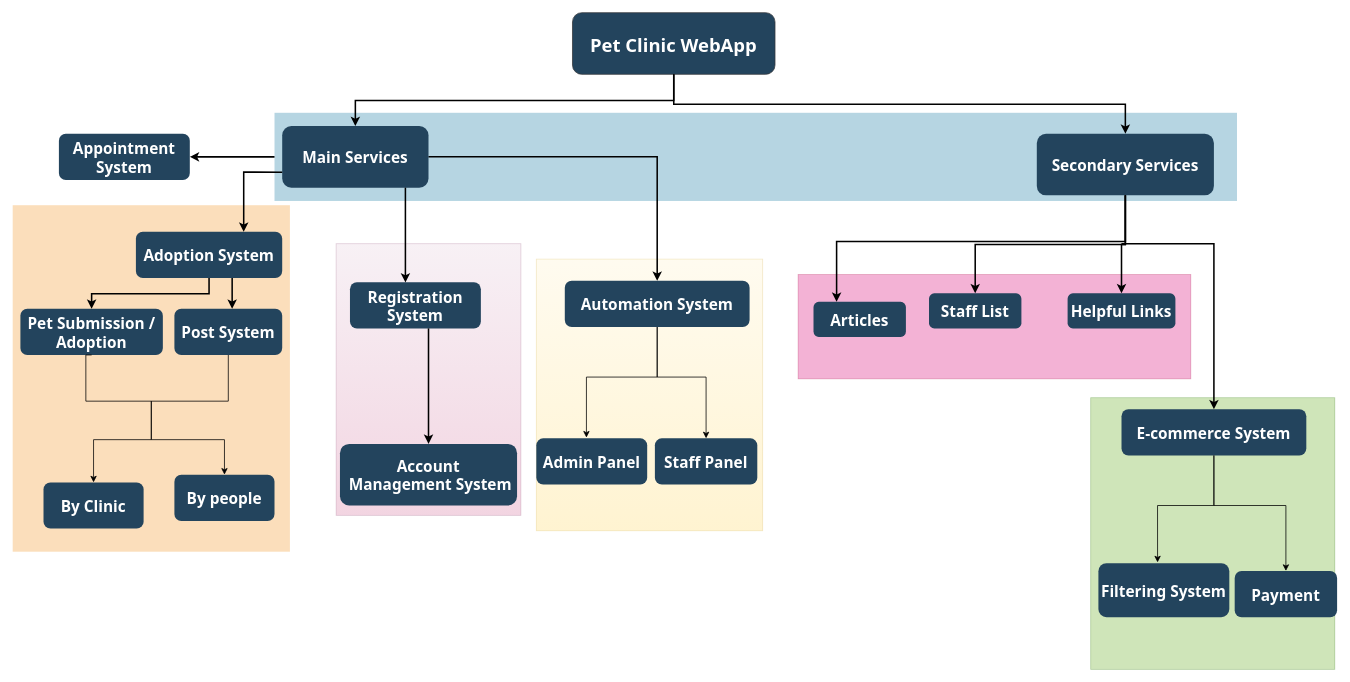
Above: Diagrams/site map.drawio in ramroming/Pet-clinic (draw.io), before the change. Source tidied: cells renumbered, new cells numbered last; positions are measured from the earlier drawing's top-left corner, leaving out a move shared by most shapes. Both pictures are drawn from the tidied source at 77%, with x=0, y=0 at pixel (12, 12).
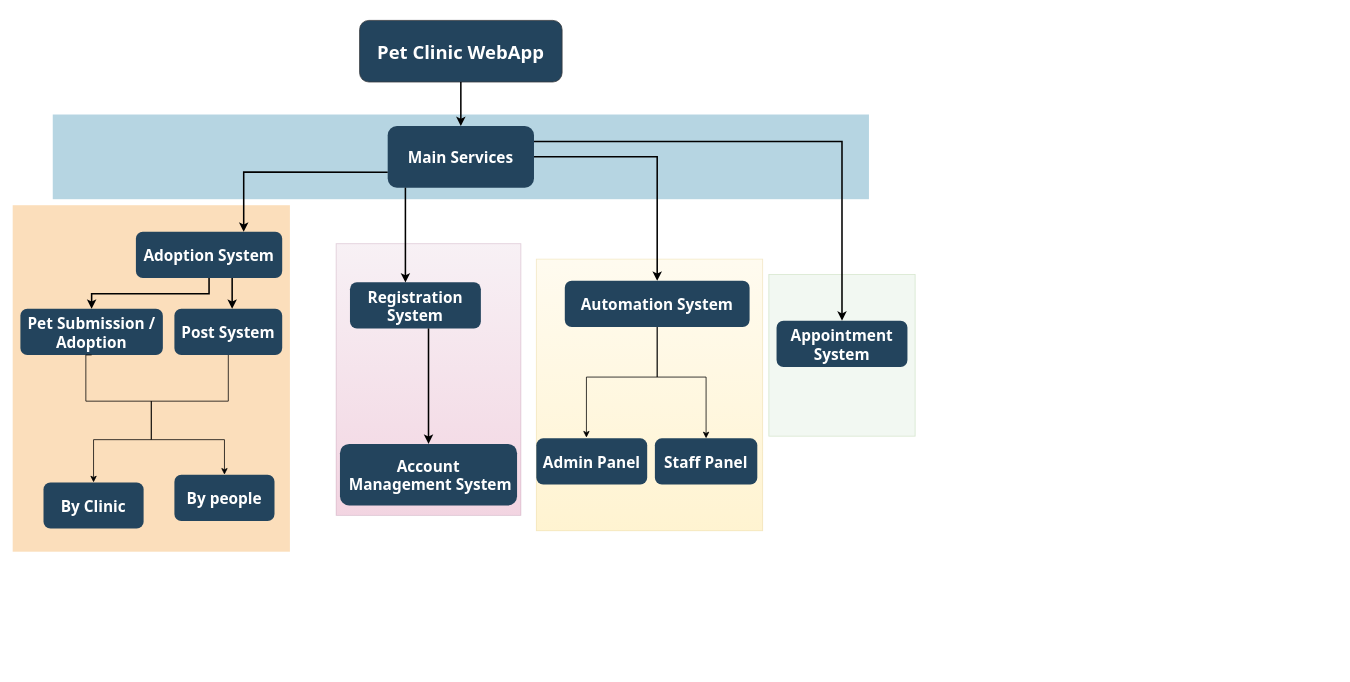
After the change.

Unchanged cells that the change refers to:
```xml
<mxCell id="9" value="Adoption System" style="rounded=1;fillColor=#23445D;gradientColor=none;strokeColor=none;fontColor=#FFFFFF;fontStyle=1;fontFamily=Tahoma;fontSize=20;" parent="1" vertex="1">
  <mxGeometry x="160" y="284.5" width="190" height="60" as="geometry" />
</mxCell>
<mxCell id="10" value="Pet Submission /&#10;Adoption" style="rounded=1;fillColor=#23445D;gradientColor=none;strokeColor=none;fontColor=#FFFFFF;fontStyle=1;fontFamily=Tahoma;fontSize=20;" parent="1" vertex="1">
  <mxGeometry x="10" y="384.5" width="185" height="60" as="geometry" />
</mxCell>
<mxCell id="21" value="Post System" style="rounded=1;fillColor=#23445D;gradientColor=none;strokeColor=none;fontColor=#FFFFFF;fontStyle=1;fontFamily=Tahoma;fontSize=20;" parent="1" vertex="1">
  <mxGeometry x="210" y="384.5" width="140" height="60" as="geometry" />
</mxCell>
<mxCell id="28" value="Registration&#10;System" style="rounded=1;fillColor=#23445D;gradientColor=none;strokeColor=none;fontColor=#FFFFFF;fontStyle=1;fontFamily=Tahoma;fontSize=20;" parent="1" vertex="1">
  <mxGeometry x="438" y="350" width="170" height="60" as="geometry" />
</mxCell>
<mxCell id="32" value="Account&#10; Management System" style="rounded=1;fillColor=#23445D;gradientColor=none;strokeColor=none;fontColor=#FFFFFF;fontStyle=1;fontFamily=Tahoma;fontSize=20;" parent="1" vertex="1">
  <mxGeometry x="425" y="560" width="230" height="80" as="geometry" />
</mxCell>
<mxCell id="35" value="Automation System" style="rounded=1;fillColor=#23445D;gradientColor=none;strokeColor=none;fontColor=#FFFFFF;fontStyle=1;fontFamily=Tahoma;fontSize=20;" parent="1" vertex="1">
  <mxGeometry x="717" y="348.2" width="240" height="60" as="geometry" />
</mxCell>
```

Diff of the diagram source:
```diff
@@
+    <mxCell id="48" style="opacity=30;fillColor=#d5e8d4;strokeColor=#82b366;" parent="1" vertex="1">
+      <mxGeometry x="982" y="340" width="190" height="210" as="geometry" />
+    </mxCell>
@@
     <mxCell id="3" style="fillColor=#10739E;strokeColor=none;opacity=30;" parent="1" vertex="1">
-      <mxGeometry x="340" y="130" width="1250" height="114.5" as="geometry" />
+      <mxGeometry x="52" y="132.2" width="1060" height="110" as="geometry" />
     </mxCell>
@@
-    <mxCell id="5" style="fillColor=#d80073;strokeColor=#A50040;opacity=30;fontColor=#ffffff;" parent="1" vertex="1">
-      <mxGeometry x="1020" y="340" width="510" height="135.5" as="geometry" />
-    </mxCell>
     <mxCell id="6" value="Pet Clinic WebApp" style="rounded=1;fontStyle=1;fontFamily=Tahoma;fontSize=24;fillColor=#23445D;strokeColor=#36393d;fontColor=#FFFFFF;" parent="1" vertex="1">
-      <mxGeometry x="727" width="263" height="80" as="geometry" />
+      <mxGeometry x="450.5" y="10" width="263" height="80" as="geometry" />
     </mxCell>
-    <mxCell id="7" value="Secondary Services" style="rounded=1;fillColor=#23445D;gradientColor=none;strokeColor=none;fontColor=#FFFFFF;fontStyle=1;fontFamily=Tahoma;fontSize=20;" parent="1" vertex="1">
-      <mxGeometry x="1330" y="157.2" width="230" height="80" as="geometry" />
-    </mxCell>
     <mxCell id="8" value="Main Services" style="rounded=1;fillColor=#23445D;gradientColor=none;strokeColor=none;fontColor=#FFFFFF;fontStyle=1;fontFamily=Tahoma;fontSize=20;" parent="1" vertex="1">
-      <mxGeometry x="350" y="147.2" width="190" height="80" as="geometry" />
+      <mxGeometry x="487" y="147.2" width="190" height="80" as="geometry" />
     </mxCell>
@@
     <mxCell id="11" value="Appointment &#10;System" style="rounded=1;fillColor=#23445D;gradientColor=none;strokeColor=none;fontColor=#FFFFFF;fontStyle=1;fontFamily=Tahoma;fontSize=20;" parent="1" vertex="1">
-      <mxGeometry x="60" y="157.2" width="170" height="60" as="geometry" />
+      <mxGeometry x="992" y="400" width="170" height="60" as="geometry" />
     </mxCell>
-    <mxCell id="12" value="Articles" style="rounded=1;fillColor=#23445D;gradientColor=none;strokeColor=none;fontColor=#FFFFFF;fontStyle=1;fontFamily=Tahoma;fontSize=20;" parent="1" vertex="1">
-      <mxGeometry x="1040" y="375.5" width="120" height="45.5" as="geometry" />
-    </mxCell>
-    <mxCell id="13" value="Staff List" style="rounded=1;fillColor=#23445D;gradientColor=none;strokeColor=none;fontColor=#FFFFFF;fontStyle=1;fontFamily=Tahoma;fontSize=20;" parent="1" vertex="1">
-      <mxGeometry x="1190" y="364.5" width="120" height="45.5" as="geometry" />
-    </mxCell>
-    <mxCell id="14" style="edgeStyle=elbowEdgeStyle;elbow=vertical;strokeWidth=2;rounded=0;" parent="1" edge="1" source="6" target="7">
-      <mxGeometry x="317" y="60" as="geometry" />
-    </mxCell>
@@
     <mxCell id="16" style="edgeStyle=elbowEdgeStyle;elbow=vertical;strokeWidth=2;rounded=0;exitX=0;exitY=0.75;exitDx=0;exitDy=0;" parent="1" edge="1" source="8" target="9">
-      <mxGeometry x="220" y="-30" as="geometry">
+      <mxGeometry x="698" y="-30" as="geometry">
         <Array as="points">
           <mxPoint x="300" y="207" />
         </Array>
       </mxGeometry>
     </mxCell>
-    <mxCell id="17" style="edgeStyle=elbowEdgeStyle;elbow=horizontal;strokeWidth=2;rounded=0;exitX=0;exitY=0.5;exitDx=0;exitDy=0;entryX=1;entryY=0.5;entryDx=0;entryDy=0;" parent="1" edge="1" source="3" target="11">
-      <mxGeometry x="220" y="-30" as="geometry">
+    <mxCell id="17" style="edgeStyle=elbowEdgeStyle;elbow=horizontal;strokeWidth=2;rounded=0;exitX=1;exitY=0.25;exitDx=0;exitDy=0;entryX=0.5;entryY=0;entryDx=0;entryDy=0;" parent="1" edge="1" source="8" target="11">
+      <mxGeometry x="698" y="-30" as="geometry">
         <Array as="points">
-          <mxPoint x="270" y="200" />
+          <mxPoint x="1077" y="280" />
           <mxPoint x="490" y="404.5" />
         </Array>
       </mxGeometry>
     </mxCell>
-    <mxCell id="18" style="edgeStyle=elbowEdgeStyle;elbow=vertical;strokeWidth=2;rounded=0;entryX=0.25;entryY=0;entryDx=0;entryDy=0;" parent="1" edge="1" source="7" target="12">
-      <mxGeometry x="760" y="-12.8" as="geometry">
-        <Array as="points">
-          <mxPoint x="1445" y="297.2" />
-        </Array>
-      </mxGeometry>
-    </mxCell>
-    <mxCell id="19" style="edgeStyle=elbowEdgeStyle;elbow=vertical;strokeWidth=2;rounded=0;" parent="1" edge="1" source="7" target="13">
-      <mxGeometry x="760" y="-12.8" as="geometry" />
-    </mxCell>
     <mxCell id="20" style="edgeStyle=elbowEdgeStyle;elbow=vertical;rounded=0;strokeWidth=2;" parent="1" edge="1" source="9" target="10">
-      <mxGeometry x="220" y="-30" as="geometry" />
+      <mxGeometry x="698" y="-30" as="geometry" />
     </mxCell>
@@
     <mxCell id="22" style="edgeStyle=elbowEdgeStyle;elbow=vertical;rounded=0;strokeWidth=2;" parent="1" edge="1" source="9" target="21">
-      <mxGeometry x="350" y="35.5" as="geometry">
+      <mxGeometry x="828" y="35.5" as="geometry">
         <Array as="points">
           <mxPoint x="285" y="364.5" />
         </Array>
       </mxGeometry>
     </mxCell>
@@
     <mxCell id="29" style="edgeStyle=elbowEdgeStyle;elbow=horizontal;strokeWidth=2;rounded=0;entryX=0.424;entryY=0.006;entryDx=0;entryDy=0;entryPerimeter=0;" parent="1" edge="1" source="8" target="28">
-      <mxGeometry x="552" y="-10.9" as="geometry">
+      <mxGeometry x="1030" y="-10.9" as="geometry">
         <Array as="points">
           <mxPoint x="510" y="280" />
         </Array>
       </mxGeometry>
     </mxCell>
-    <mxCell id="30" value="Helpful Links" style="rounded=1;fillColor=#23445D;gradientColor=none;strokeColor=none;fontColor=#FFFFFF;fontStyle=1;fontFamily=Tahoma;fontSize=20;" parent="1" vertex="1">
-      <mxGeometry x="1370" y="364.5" width="140" height="45.5" as="geometry" />
-    </mxCell>
-    <mxCell id="31" style="edgeStyle=elbowEdgeStyle;elbow=vertical;strokeWidth=2;rounded=0;exitX=0.5;exitY=1;exitDx=0;exitDy=0;" parent="1" edge="1" source="7" target="30">
-      <mxGeometry x="925" y="-12.8" as="geometry" />
-    </mxCell>
@@
     <mxCell id="33" style="edgeStyle=elbowEdgeStyle;elbow=horizontal;strokeWidth=2;rounded=0;entryX=0.5;entryY=0;entryDx=0;entryDy=0;" parent="1" edge="1" target="32">
-      <mxGeometry x="367" y="351" as="geometry">
+      <mxGeometry x="845" y="351" as="geometry">
         <mxPoint x="540" y="410" as="sourcePoint" />
         <Array as="points">
           <mxPoint x="540" y="480" />
           <mxPoint x="497" y="530" />
         </Array>
       </mxGeometry>
     </mxCell>
@@
     <mxCell id="36" style="edgeStyle=elbowEdgeStyle;elbow=horizontal;strokeWidth=2;rounded=0;entryX=0.5;entryY=0;entryDx=0;entryDy=0;" parent="1" edge="1" source="8" target="35">
-      <mxGeometry x="1018" y="-9" as="geometry">
+      <mxGeometry x="1496" y="-9" as="geometry">
         <Array as="points">
           <mxPoint x="837" y="290" />
           <mxPoint x="1298" y="270" />
         </Array>
       </mxGeometry>
     </mxCell>
@@
-    <mxCell id="41" style="opacity=30;fillColor=#60a917;strokeColor=#2D7600;fontColor=#ffffff;" parent="1" vertex="1">
-      <mxGeometry x="1400" y="500" width="317" height="352.8" as="geometry" />
-    </mxCell>
-    <mxCell id="42" value="E-commerce System" style="rounded=1;fillColor=#23445D;gradientColor=none;strokeColor=none;fontColor=#FFFFFF;fontStyle=1;fontFamily=Tahoma;fontSize=20;" parent="1" vertex="1">
-      <mxGeometry x="1440" y="515" width="240" height="60" as="geometry" />
-    </mxCell>
-    <mxCell id="43" style="edgeStyle=elbowEdgeStyle;elbow=horizontal;strokeWidth=2;rounded=0;entryX=0.5;entryY=0;entryDx=0;entryDy=0;" parent="1" edge="1" target="42">
-      <mxGeometry x="1515" y="30.5" as="geometry">
-        <mxPoint x="1440" y="300" as="sourcePoint" />
-        <Array as="points">
-          <mxPoint x="1560" y="400" />
-          <mxPoint x="1795" y="309.5" />
-        </Array>
-      </mxGeometry>
-    </mxCell>
-    <mxCell id="44" value="Filtering System" style="rounded=1;fillColor=#23445D;gradientColor=none;strokeColor=none;fontColor=#FFFFFF;fontStyle=1;fontFamily=Tahoma;fontSize=20;" parent="1" vertex="1">
-      <mxGeometry x="1410" y="715" width="170" height="70" as="geometry" />
-    </mxCell>
-    <mxCell id="45" value="Payment" style="rounded=1;fillColor=#23445D;gradientColor=none;strokeColor=none;fontColor=#FFFFFF;fontStyle=1;fontFamily=Tahoma;fontSize=20;" parent="1" vertex="1">
-      <mxGeometry x="1587" y="725" width="133" height="60" as="geometry" />
-    </mxCell>
-    <mxCell id="46" style="endArrow=classic;html=1;rounded=0;edgeStyle=orthogonalEdgeStyle;entryX=0.452;entryY=-0.016;entryDx=0;entryDy=0;entryPerimeter=0;exitX=0.5;exitY=1;exitDx=0;exitDy=0;" parent="1" edge="1" source="42" target="44">
-      <mxGeometry relative="1" as="geometry">
-        <Array as="points">
-          <mxPoint x="1560" y="575" />
-          <mxPoint x="1560" y="640" />
-          <mxPoint x="1487" y="640" />
-        </Array>
-      </mxGeometry>
-    </mxCell>
-    <mxCell id="47" style="endArrow=classic;html=1;rounded=0;edgeStyle=orthogonalEdgeStyle;entryX=0.5;entryY=0;entryDx=0;entryDy=0;exitX=0.5;exitY=1;exitDx=0;exitDy=0;" parent="1" edge="1" source="42" target="45">
-      <mxGeometry relative="1" as="geometry">
-        <Array as="points">
-          <mxPoint x="1560" y="575" />
-          <mxPoint x="1560" y="640" />
-          <mxPoint x="1654" y="640" />
-        </Array>
-      </mxGeometry>
-    </mxCell>
```
